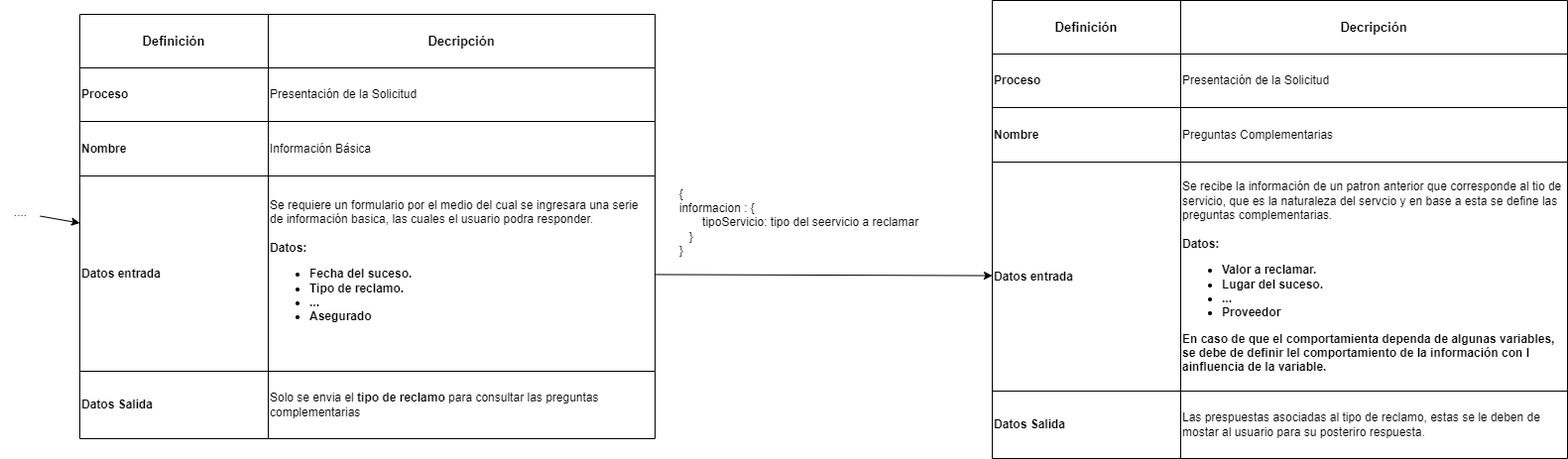
EmerAlex/guiametodologica keeps this draw.io diagram as assets/images/content/7_definir_entregables_tecnicos/drawio/segundo_paso_deficincion_entregables_tecnicos.drawio.png. Above is the earlier version. Source tidied: cells renumbered, new cells last; positions are measured from the earlier drawing's top-left corner, leaving out a move shared by most shapes.
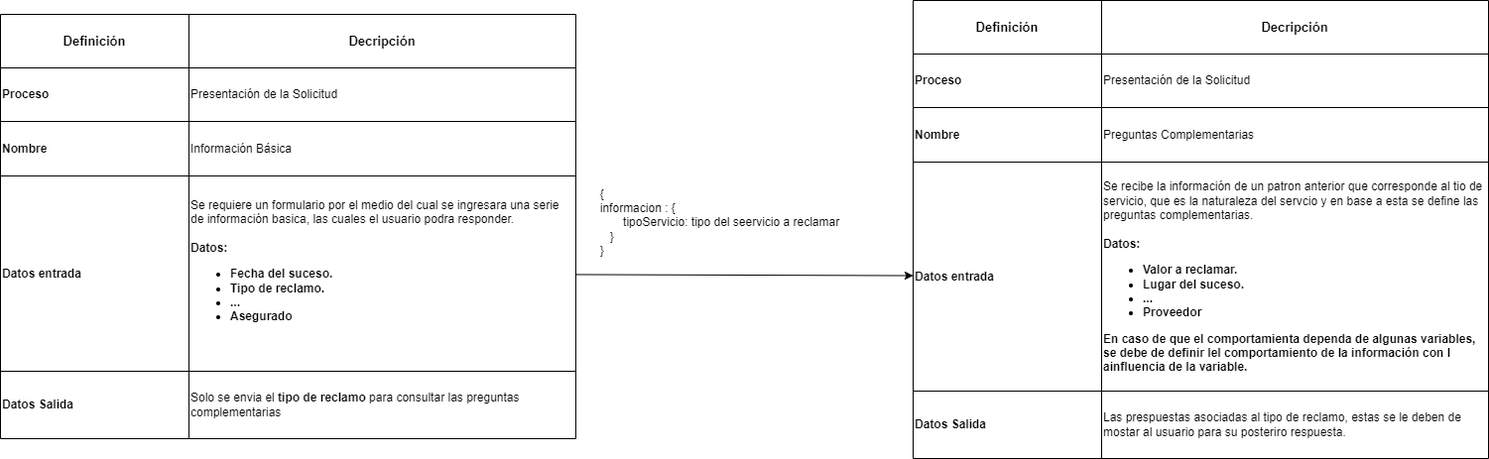
After the commit.

Diff of the diagram source:
```diff
@@ -2,12 +2,6 @@
   <root>
     <mxCell id="0" />
     <mxCell id="1" parent="0" />
-    <mxCell id="2" style="edgeStyle=none;html=1;" parent="1" edge="1" source="3" target="15">
-      <mxGeometry relative="1" as="geometry" />
-    </mxCell>
-    <mxCell id="3" value="...." style="text;html=1;align=center;verticalAlign=middle;points=[];strokeColor=none;fillColor=none;" parent="1" vertex="1">
-      <mxGeometry y="199" width="40" height="30" as="geometry" />
-    </mxCell>
     <mxCell id="4" style="edgeStyle=none;html=1;" parent="1" edge="1" source="15" target="32">
       <mxGeometry relative="1" as="geometry" />
     </mxCell>
```
